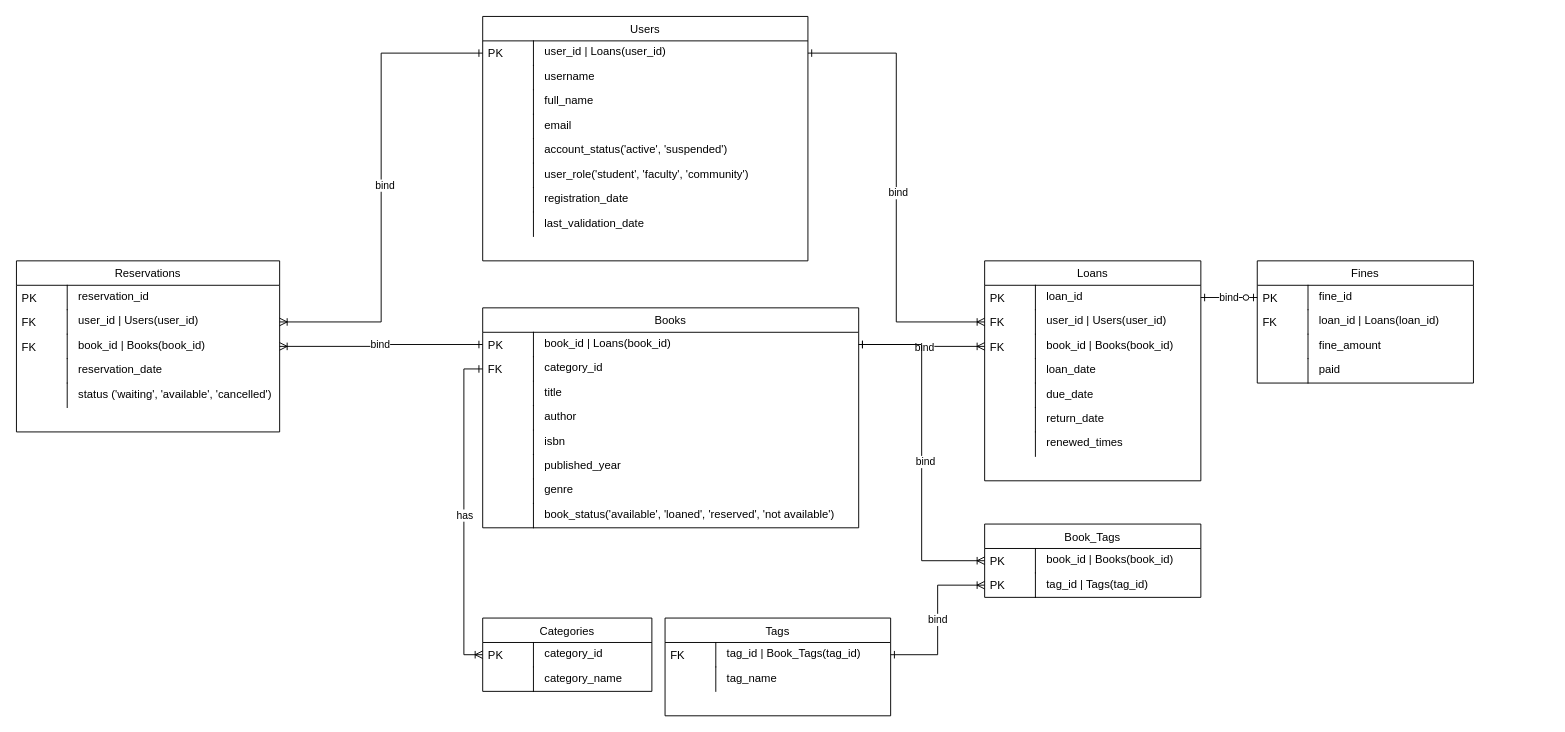
dickwu/autologin keeps this draw.io diagram as Untitled Diagram.drawio. Above is the earlier version. Source tidied: cells renumbered, new cells numbered last; positions are measured from the earlier drawing's top-left corner, leaving out a move shared by most shapes. Both pictures are drawn from the tidied source at 94%, with x=0, y=0 at pixel (16, 16).
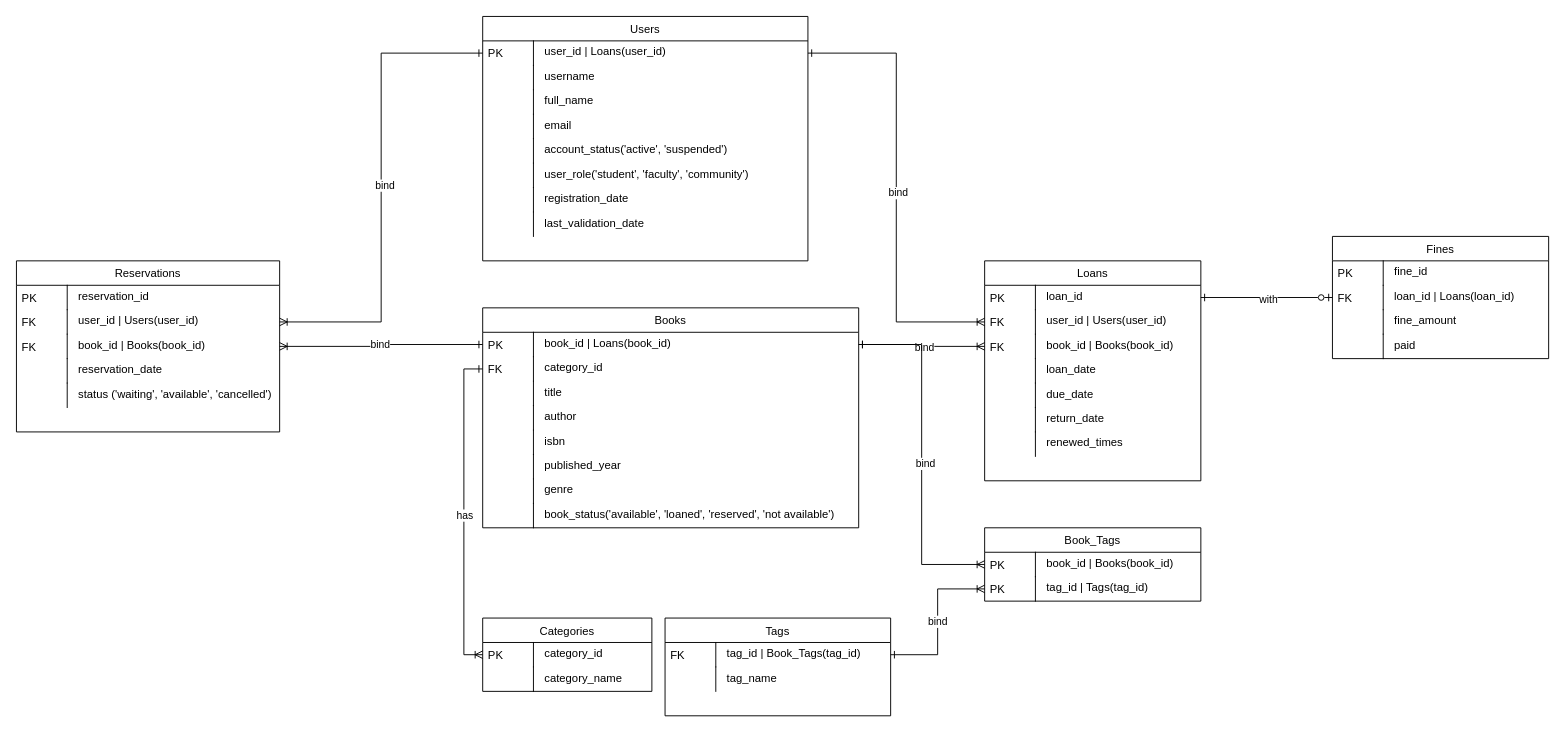
After the change.

The change refers to these unchanged cells:
```xml
<mxCell id="37" value="loan_id" style="shape=partialRectangle;top=0;left=0;right=0;bottom=0;align=left;verticalAlign=top;spacingTop=-2;fillColor=none;spacingLeft=64;spacingRight=4;overflow=hidden;points=[[0,0.5],[1,0.5]];portConstraint=eastwest;" parent="36" vertex="1">
  <mxGeometry y="26" width="230" height="26" as="geometry" />
</mxCell>
<mxCell id="63" value="fine_id" style="shape=partialRectangle;top=0;left=0;right=0;bottom=0;align=left;verticalAlign=top;spacingTop=-2;fillColor=none;spacingLeft=64;spacingRight=4;overflow=hidden;points=[[0,0.5],[1,0.5]];portConstraint=eastwest;" parent="62" vertex="1">
  <mxGeometry y="26" width="230" height="26" as="geometry" />
</mxCell>
<mxCell id="88" value="tag_id | Book_Tags(tag_id)" style="shape=partialRectangle;top=0;left=0;right=0;bottom=0;align=left;verticalAlign=top;spacingTop=-2;fillColor=none;spacingLeft=64;spacingRight=4;overflow=hidden;points=[[0,0.5],[1,0.5]];portConstraint=eastwest;" parent="87" vertex="1">
  <mxGeometry y="26" width="240" height="26" as="geometry" />
</mxCell>
<mxCell id="95" value="tag_id | Tags(tag_id)" style="shape=partialRectangle;top=0;left=0;right=0;bottom=0;align=left;verticalAlign=top;spacingTop=-2;fillColor=none;spacingLeft=64;spacingRight=4;overflow=hidden;points=[[0,0.5],[1,0.5]];portConstraint=eastwest;" parent="92" vertex="1">
  <mxGeometry y="52" width="230" height="26" as="geometry" />
</mxCell>
```

What changed in the source:
```diff
@@
     <mxCell id="62" value="Fines" style="swimlane;fontStyle=0;horizontal=1;startSize=26;fillColor=default;swimlaneFillColor=default;align=center;" parent="1" vertex="1">
-      <mxGeometry x="1320" y="260" width="230" height="130" as="geometry" />
+      <mxGeometry x="1400" y="234" width="230" height="130" as="geometry" />
     </mxCell>
@@
-    <mxCell id="71" value="bind" style="edgeStyle=orthogonalEdgeStyle;rounded=0;jettySize=auto;html=1;exitX=1;exitY=0.5;exitDx=0;exitDy=0;startArrow=ERone;startFill=0;endArrow=ERzeroToOne;endFill=0;" parent="1" edge="1" source="37" target="63">
-      <mxGeometry relative="1" as="geometry" />
-    </mxCell>
@@
     <mxCell id="92" value="Book_Tags" style="swimlane;fontStyle=0;horizontal=1;startSize=26;fillColor=default;swimlaneFillColor=default;align=center;" parent="1" vertex="1">
-      <mxGeometry x="1030" y="540" width="230" height="78" as="geometry" />
+      <mxGeometry x="1030" y="544" width="230" height="78" as="geometry" />
     </mxCell>
@@
-    <mxCell id="97" style="edgeStyle=orthogonalEdgeStyle;rounded=0;jettySize=auto;html=1;exitX=1;exitY=0.5;exitDx=0;exitDy=0;entryX=0;entryY=0.5;entryDx=0;entryDy=0;endArrow=ERoneToMany;endFill=0;startArrow=ERone;startFill=0;" parent="1" edge="1" source="88" target="95">
+    <mxCell id="97" style="rounded=0;jettySize=auto;html=1;exitX=1;exitY=0.5;exitDx=0;exitDy=0;entryX=0;entryY=0.5;entryDx=0;entryDy=0;endArrow=ERoneToMany;endFill=0;startArrow=ERone;startFill=0;edgeStyle=orthogonalEdgeStyle;" parent="1" edge="1" source="88" target="95">
       <mxGeometry relative="1" as="geometry" />
     </mxCell>
@@
+    <mxCell id="101" style="rounded=0;jettySize=auto;html=1;entryX=0;entryY=0.5;entryDx=0;entryDy=0;endArrow=ERzeroToOne;endFill=0;startArrow=ERone;startFill=0;" parent="1" edge="1" source="37" target="62">
+      <mxGeometry relative="1" as="geometry" />
+    </mxCell>
+    <mxCell id="102" value="with" style="edgeLabel;html=1;align=center;verticalAlign=middle;" parent="101" vertex="1">
+      <mxGeometry x="0.01" relative="1" as="geometry">
+        <mxPoint y="1" as="offset" />
+      </mxGeometry>
+    </mxCell>
```
